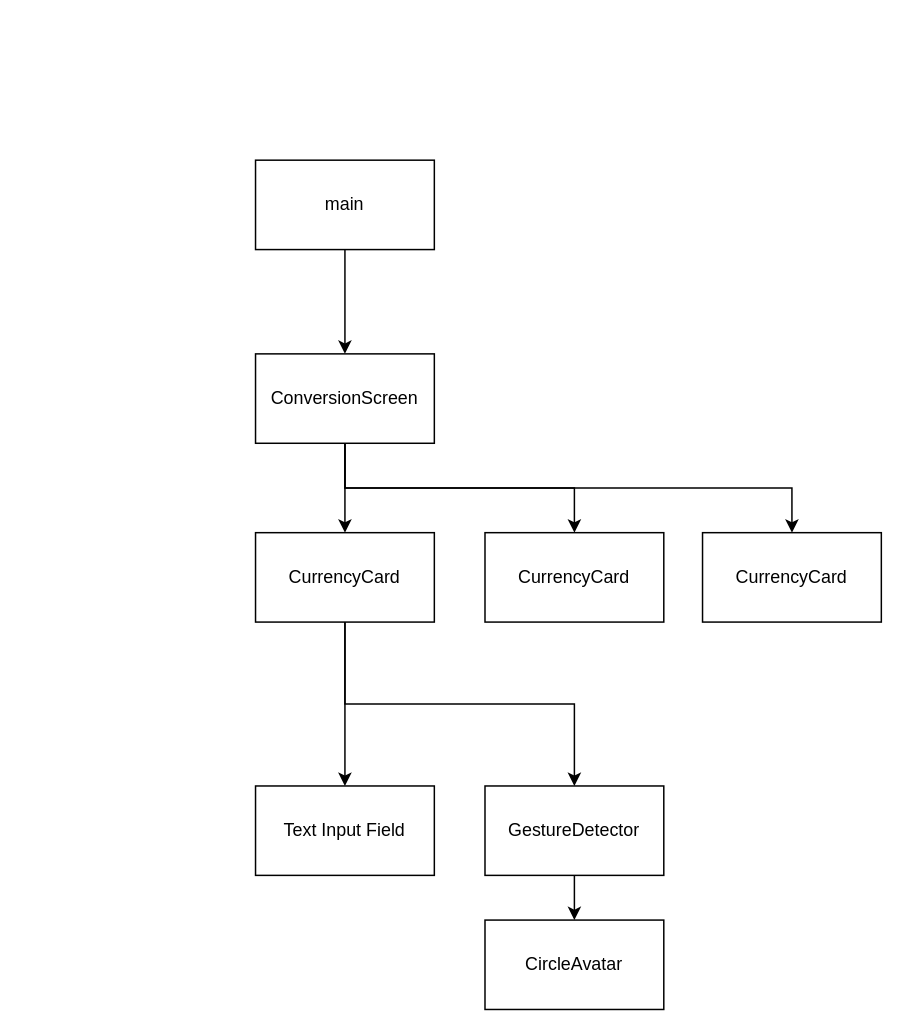
The draw.io diagram Untitled Diagram.drawio in carlstep/reil_money_v1, before the edit. Source tidied: cells renumbered, new cells numbered last; positions are measured from the earlier drawing's top-left corner, leaving out a move shared by most shapes. Both pictures are drawn from the tidied source at 149%, with x=0, y=0 at pixel (255, 159).
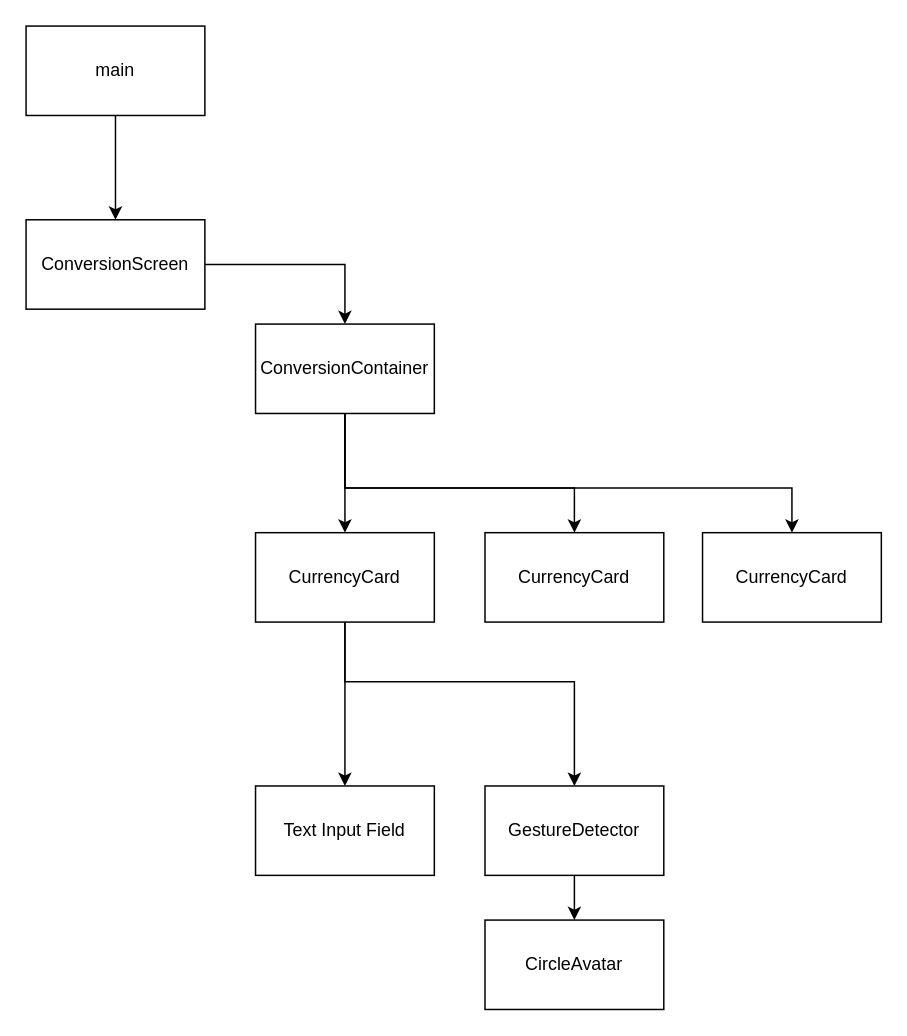
The same page after the edit.

Commit message:
Update reil_money Diagram.drawio

The change refers to these unchanged cells:
```xml
<mxCell id="10" value="CurrencyCard" style="rounded=0;whiteSpace=wrap;html=1;" parent="1" vertex="1">
  <mxGeometry y="250" width="120" height="60" as="geometry" />
</mxCell>
<mxCell id="11" value="CurrencyCard" style="rounded=0;whiteSpace=wrap;html=1;" parent="1" vertex="1">
  <mxGeometry x="154" y="250" width="120" height="60" as="geometry" />
</mxCell>
<mxCell id="12" value="CurrencyCard" style="rounded=0;whiteSpace=wrap;html=1;" parent="1" vertex="1">
  <mxGeometry x="300" y="250" width="120" height="60" as="geometry" />
</mxCell>
<mxCell id="13" value="Text Input Field" style="rounded=0;whiteSpace=wrap;html=1;" parent="1" vertex="1">
  <mxGeometry y="420" width="120" height="60" as="geometry" />
</mxCell>
<mxCell id="15" value="GestureDetector" style="rounded=0;whiteSpace=wrap;html=1;" parent="1" vertex="1">
  <mxGeometry x="154" y="420" width="120" height="60" as="geometry" />
</mxCell>
```

The edit, as a diff of the source:
```diff
@@
     <mxCell id="3" value="main" style="rounded=0;whiteSpace=wrap;html=1;" parent="1" vertex="1">
-      <mxGeometry width="120" height="60" as="geometry" />
+      <mxGeometry x="-154" y="-90" width="120" height="60" as="geometry" />
     </mxCell>
-    <mxCell id="4" style="edgeStyle=orthogonalEdgeStyle;rounded=0;jettySize=auto;html=1;exitX=0.5;exitY=1;exitDx=0;exitDy=0;entryX=0.5;entryY=0;entryDx=0;entryDy=0;" parent="1" edge="1" source="7" target="10">
-      <mxGeometry relative="1" as="geometry" />
-    </mxCell>
-    <mxCell id="5" style="edgeStyle=orthogonalEdgeStyle;rounded=0;jettySize=auto;html=1;exitX=0.5;exitY=1;exitDx=0;exitDy=0;entryX=0.5;entryY=0;entryDx=0;entryDy=0;" parent="1" edge="1" source="7" target="11">
+    <mxCell id="5" style="edgeStyle=orthogonalEdgeStyle;rounded=0;jettySize=auto;html=1;entryX=0.5;entryY=0;entryDx=0;entryDy=0;exitX=0.5;exitY=1;exitDx=0;exitDy=0;" parent="1" edge="1" source="19" target="11">
       <mxGeometry relative="1" as="geometry">
         <Array as="points">
           <mxPoint x="60" y="220" />
           <mxPoint x="214" y="220" />
         </Array>
       </mxGeometry>
     </mxCell>
-    <mxCell id="6" style="edgeStyle=orthogonalEdgeStyle;rounded=0;jettySize=auto;html=1;exitX=0.5;exitY=1;exitDx=0;exitDy=0;entryX=0.5;entryY=0;entryDx=0;entryDy=0;" parent="1" edge="1" source="7" target="12">
-      <mxGeometry relative="1" as="geometry" />
+    <mxCell id="6" style="edgeStyle=orthogonalEdgeStyle;rounded=0;jettySize=auto;html=1;entryX=0.5;entryY=0;entryDx=0;entryDy=0;exitX=0.5;exitY=1;exitDx=0;exitDy=0;" parent="1" edge="1" source="19" target="12">
+      <mxGeometry relative="1" as="geometry">
+        <Array as="points">
+          <mxPoint x="60" y="220" />
+          <mxPoint x="360" y="220" />
+        </Array>
+      </mxGeometry>
     </mxCell>
+    <mxCell id="17" style="edgeStyle=orthogonalEdgeStyle;rounded=0;jettySize=auto;html=1;" parent="1" edge="1" source="7" target="19">
+      <mxGeometry relative="1" as="geometry" />
+    </mxCell>
     <mxCell id="7" value="ConversionScreen" style="rounded=0;whiteSpace=wrap;html=1;" parent="1" vertex="1">
-      <mxGeometry y="130" width="120" height="60" as="geometry" />
+      <mxGeometry x="-154" y="40" width="120" height="60" as="geometry" />
     </mxCell>
-    <mxCell id="8" style="edgeStyle=orthogonalEdgeStyle;rounded=0;jettySize=auto;html=1;exitX=0.5;exitY=1;exitDx=0;exitDy=0;entryX=0.5;entryY=0;entryDx=0;entryDy=0;" parent="1" edge="1" source="10" target="13">
+    <mxCell id="8" style="edgeStyle=orthogonalEdgeStyle;rounded=0;jettySize=auto;html=1;exitX=0.5;exitY=1;exitDx=0;exitDy=0;" parent="1" edge="1" source="10" target="13">
       <mxGeometry relative="1" as="geometry" />
     </mxCell>
-    <mxCell id="9" style="edgeStyle=orthogonalEdgeStyle;rounded=0;jettySize=auto;html=1;exitX=0.5;exitY=1;exitDx=0;exitDy=0;entryX=0.5;entryY=0;entryDx=0;entryDy=0;" parent="1" edge="1" source="10" target="15">
-      <mxGeometry relative="1" as="geometry" />
+    <mxCell id="9" style="edgeStyle=orthogonalEdgeStyle;rounded=0;jettySize=auto;html=1;entryX=0.5;entryY=0;entryDx=0;entryDy=0;" parent="1" edge="1" source="10" target="15">
+      <mxGeometry relative="1" as="geometry">
+        <Array as="points">
+          <mxPoint x="60" y="350" />
+          <mxPoint x="214" y="350" />
+        </Array>
+      </mxGeometry>
     </mxCell>
@@
+    <mxCell id="18" style="edgeStyle=orthogonalEdgeStyle;rounded=0;jettySize=auto;html=1;" parent="1" edge="1" source="19" target="10">
+      <mxGeometry relative="1" as="geometry" />
+    </mxCell>
+    <mxCell id="19" value="ConversionContainer" style="rounded=0;whiteSpace=wrap;html=1;" parent="1" vertex="1">
+      <mxGeometry y="110" width="120" height="60" as="geometry" />
+    </mxCell>
```
